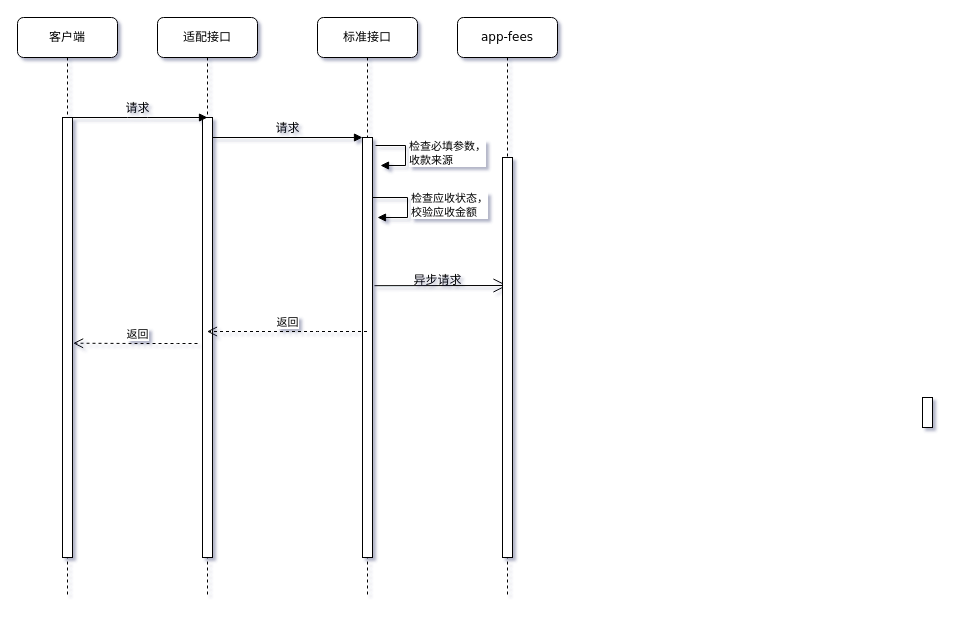
Above: page "Page-1" (1 of 2) of 拓扑图11.drawio in choulele0910/gitbook (draw.io), before the change. Source tidied: cells renumbered, new cells numbered last; positions are measured from the earlier drawing's top-left corner, leaving out a move shared by most shapes. Both pictures are drawn from the tidied source at 100%, with x=0, y=0 at pixel (17, 17).
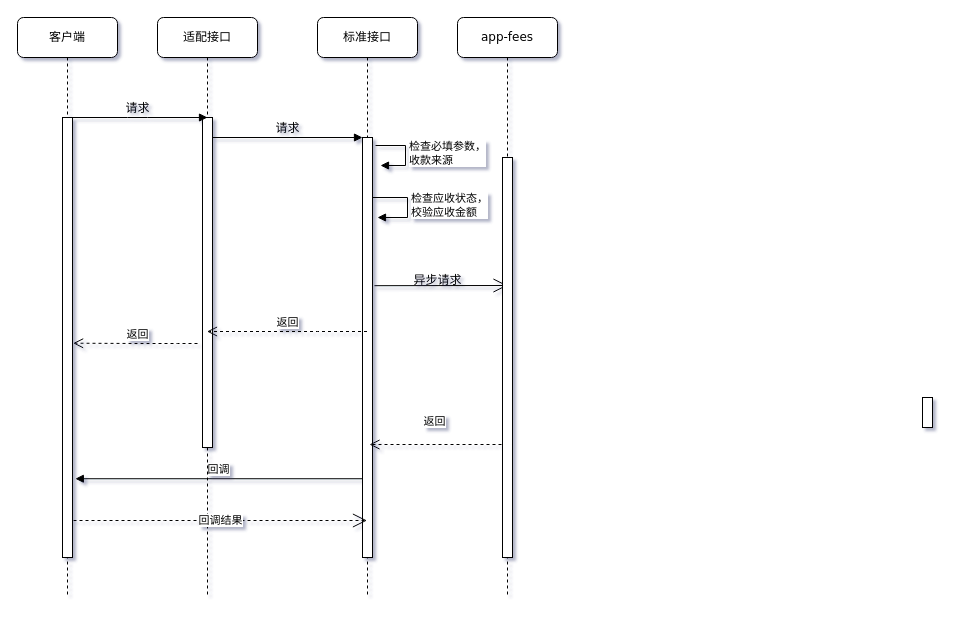
The same diagram, later.

The change refers to these unchanged cells:
```xml
<mxCell id="2" value="适配接口" style="shape=umlLifeline;perimeter=lifelinePerimeter;whiteSpace=wrap;html=1;rounded=1;shadow=0;comic=0;labelBackgroundColor=none;strokeWidth=1;fontFamily=Verdana;fontSize=12;align=center;" parent="1" vertex="1">
  <mxGeometry x="140" width="100" height="580" as="geometry" />
</mxCell>
<mxCell id="4" value="标准接口" style="shape=umlLifeline;perimeter=lifelinePerimeter;whiteSpace=wrap;html=1;outlineConnect=0;rounded=1;shadow=0;comic=0;labelBackgroundColor=none;strokeWidth=1;fontFamily=Verdana;fontSize=12;align=center;" parent="1" vertex="1">
  <mxGeometry x="300" width="100" height="580" as="geometry" />
</mxCell>
<mxCell id="5" style="html=1;points=[];perimeter=orthogonalPerimeter;rounded=0;shadow=0;comic=0;labelBackgroundColor=none;strokeWidth=1;fontFamily=Verdana;fontSize=12;align=center;" parent="4" vertex="1">
  <mxGeometry x="45" y="120" width="10" height="420" as="geometry" />
</mxCell>
<mxCell id="11" style="html=1;points=[];perimeter=orthogonalPerimeter;rounded=0;shadow=0;comic=0;labelBackgroundColor=none;strokeWidth=1;fontFamily=Verdana;fontSize=12;align=center;" parent="10" vertex="1">
  <mxGeometry x="45" y="100" width="10" height="440" as="geometry" />
</mxCell>
```

Change to the diagram source:
```diff
@@
-<mxGraphModel shadow="1">
+<mxGraphModel background="#ffffff" shadow="1">
@@
     <mxCell id="3" style="html=1;points=[];perimeter=orthogonalPerimeter;rounded=0;shadow=0;comic=0;labelBackgroundColor=none;strokeWidth=1;fontFamily=Verdana;fontSize=12;align=center;" parent="2" vertex="1">
-      <mxGeometry x="45" y="100" width="10" height="440" as="geometry" />
+      <mxGeometry x="45" y="100" width="10" height="330" as="geometry" />
     </mxCell>
@@
+    <mxCell id="19" value="回调" style="html=1;verticalAlign=bottom;endArrow=block;rounded=0;entryX=1.281;entryY=0.821;entryDx=0;entryDy=0;entryPerimeter=0;" parent="1" edge="1" source="5" target="11">
+      <mxGeometry relative="1" as="geometry" />
+    </mxCell>
+    <mxCell id="20" value="返回" style="html=1;verticalAlign=bottom;endArrow=open;dashed=1;endSize=8;rounded=0;entryX=0.8;entryY=0.731;entryDx=0;entryDy=0;entryPerimeter=0;" parent="1" edge="1">
+      <mxGeometry x="0.02" y="-14" relative="1" as="geometry">
+        <mxPoint x="484" y="427" as="sourcePoint" />
+        <mxPoint x="352" y="427" as="targetPoint" />
+      </mxGeometry>
+    </mxCell>
+    <mxCell id="21" value="回调结果" style="endArrow=open;endSize=12;dashed=1;html=1;rounded=0;" parent="1" edge="1" target="4">
+      <mxGeometry relative="1" as="geometry">
+        <mxPoint x="56" y="503" as="sourcePoint" />
+        <Array as="points">
+          <mxPoint x="147" y="503" />
+        </Array>
+      </mxGeometry>
+    </mxCell>
```
